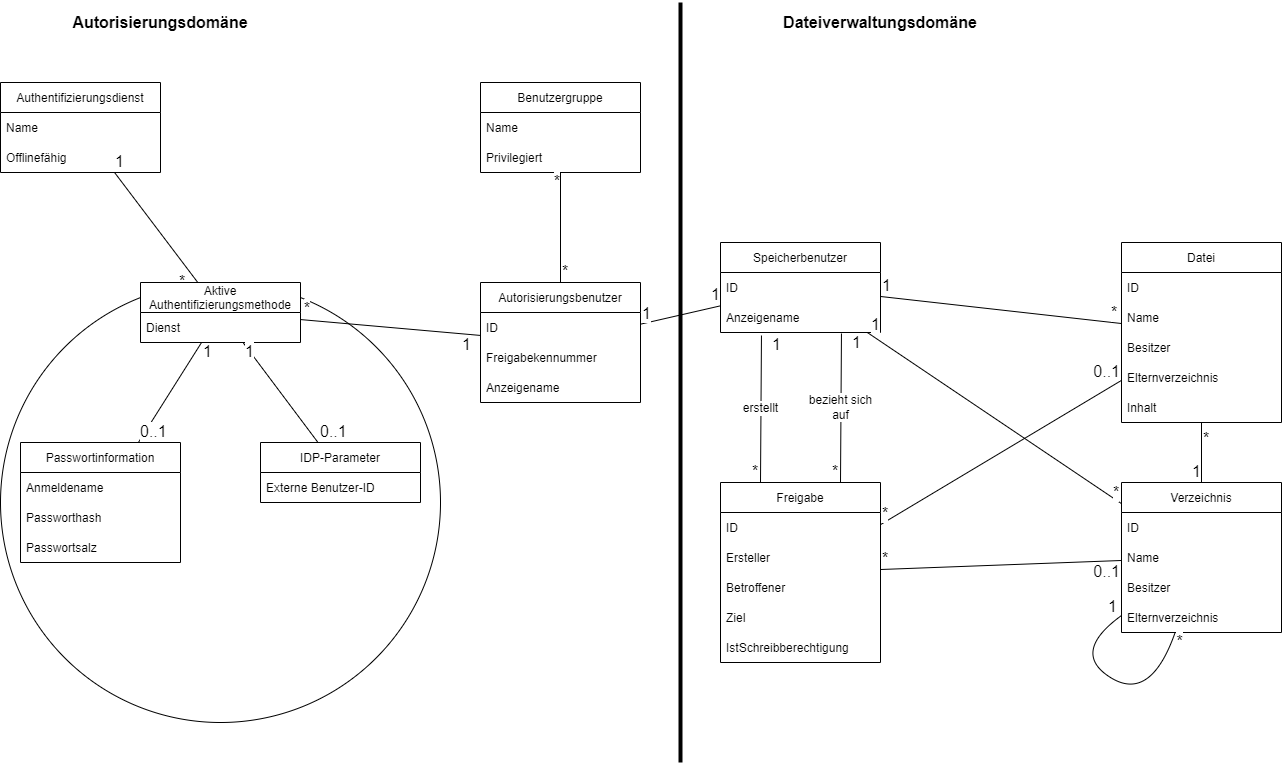
This is Dokumente/Domänenübersicht/Domänenübersichtsdiagramm.png from DavidFambach/Abgabe-ASE-Patientenakte, a draw.io export, as it was before one commit. Source tidied: cells renumbered, new cells last; positions are measured from the earlier drawing's top-left corner, leaving out a move shared by most shapes.
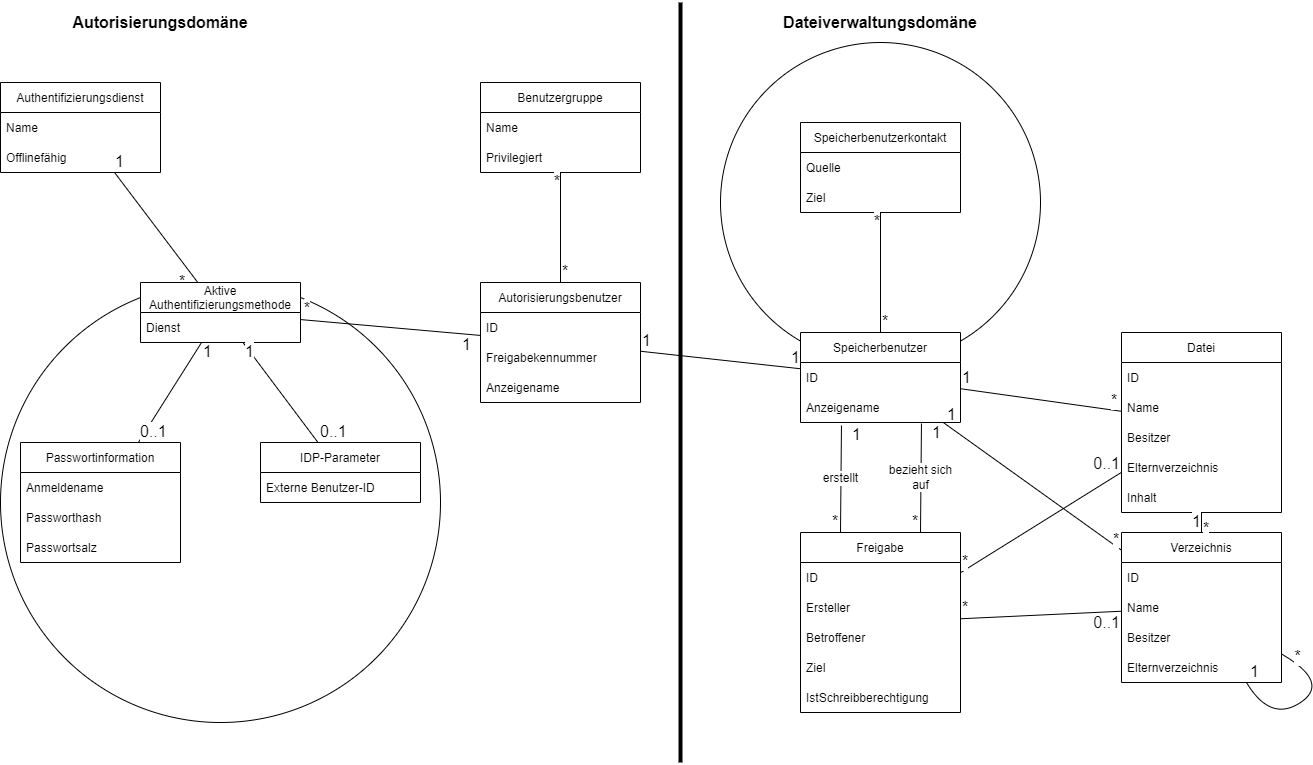
After the commit.

The edit, as a diff of the source:
```diff
@@ -14,15 +14,6 @@
     <mxCell id="5" value="Anzeigename" style="text;strokeColor=none;fillColor=none;align=left;verticalAlign=middle;spacingLeft=4;spacingRight=4;overflow=hidden;" parent="2" vertex="1">
       <mxGeometry y="90" width="160" height="30" as="geometry" />
     </mxCell>
-    <mxCell id="6" value="Speicherbenutzer" style="swimlane;fontStyle=0;horizontal=1;startSize=30;" parent="1" vertex="1">
-      <mxGeometry x="720" y="240" width="160" height="90" as="geometry" />
-    </mxCell>
-    <mxCell id="7" value="ID" style="text;strokeColor=none;fillColor=none;align=left;verticalAlign=middle;spacingLeft=4;spacingRight=4;overflow=hidden;" parent="6" vertex="1">
-      <mxGeometry y="30" width="160" height="30" as="geometry" />
-    </mxCell>
-    <mxCell id="8" value="Anzeigename" style="text;strokeColor=none;fillColor=none;align=left;verticalAlign=middle;spacingLeft=4;spacingRight=4;overflow=hidden;points=[[0,0.5],[1,0.5]];portConstraint=eastwest;" parent="6" vertex="1">
-      <mxGeometry y="60" width="160" height="30" as="geometry" />
-    </mxCell>
     <mxCell id="9" style="endArrow=none;html=1;rounded=0;strokeWidth=4;" parent="1" edge="1">
       <mxGeometry relative="1" as="geometry">
         <mxPoint x="680" y="760" as="sourcePoint" />
@@ -152,7 +143,7 @@
       </mxGeometry>
     </mxCell>
     <mxCell id="46" value="Datei" style="swimlane;fontStyle=0;horizontal=1;startSize=30;" parent="1" vertex="1">
-      <mxGeometry x="1121" y="240" width="160" height="180" as="geometry" />
+      <mxGeometry x="1121" y="330" width="160" height="180" as="geometry" />
     </mxCell>
     <mxCell id="47" value="ID" style="text;strokeColor=none;fillColor=none;align=left;verticalAlign=middle;spacingLeft=4;spacingRight=4;overflow=hidden;" parent="46" vertex="1">
       <mxGeometry y="30" width="160" height="30" as="geometry" />
@@ -194,7 +185,7 @@
       <mxGeometry x="1" relative="1" as="geometry" />
     </mxCell>
     <mxCell id="58" value="Freigabe" style="swimlane;fontStyle=0;horizontal=1;startSize=30;" parent="1" vertex="1">
-      <mxGeometry x="720" y="480" width="160" height="180" as="geometry" />
+      <mxGeometry x="800" y="530" width="160" height="180" as="geometry" />
     </mxCell>
     <mxCell id="59" value="ID" style="text;strokeColor=none;fillColor=none;align=left;verticalAlign=middle;spacingLeft=4;spacingRight=4;overflow=hidden;" parent="58" vertex="1">
       <mxGeometry y="30" width="160" height="30" as="geometry" />
@@ -260,7 +251,7 @@
       </mxGeometry>
     </mxCell>
     <mxCell id="76" value="Verzeichnis" style="swimlane;fontStyle=0;horizontal=1;startSize=30;" parent="1" vertex="1">
-      <mxGeometry x="1121" y="480" width="160" height="150" as="geometry" />
+      <mxGeometry x="1121" y="530" width="160" height="150" as="geometry" />
     </mxCell>
     <mxCell id="77" value="ID" style="text;strokeColor=none;fillColor=none;align=left;verticalAlign=middle;spacingLeft=4;spacingRight=4;overflow=hidden;" parent="76" vertex="1">
       <mxGeometry y="30" width="160" height="30" as="geometry" />
@@ -286,8 +277,8 @@
     <mxCell id="84" style="curved=1;endArrow=none;html=1;rounded=0;endFill=0;" parent="1" edge="1" source="76" target="76">
       <mxGeometry relative="1" as="geometry">
         <Array as="points">
-          <mxPoint x="1150" y="700" />
-          <mxPoint x="1070" y="650" />
+          <mxPoint x="1330" y="680" />
+          <mxPoint x="1270" y="720" />
         </Array>
       </mxGeometry>
     </mxCell>
@@ -301,5 +292,40 @@
         <mxPoint y="-19" as="offset" />
       </mxGeometry>
     </mxCell>
+    <mxCell id="87" style="group;" parent="1" vertex="1">
+      <mxGeometry x="720" y="40" width="320" height="380" as="geometry" />
+    </mxCell>
+    <mxCell id="88" style="ellipse;whiteSpace=wrap;html=1;fontSize=16;" parent="87" vertex="1">
+      <mxGeometry width="320" height="320" as="geometry" />
+    </mxCell>
+    <mxCell id="6" value="Speicherbenutzer" style="swimlane;fontStyle=0;horizontal=1;startSize=30;" parent="87" vertex="1">
+      <mxGeometry x="80" y="290" width="160" height="90" as="geometry" />
+    </mxCell>
+    <mxCell id="7" value="ID" style="text;strokeColor=none;fillColor=none;align=left;verticalAlign=middle;spacingLeft=4;spacingRight=4;overflow=hidden;" parent="6" vertex="1">
+      <mxGeometry y="30" width="160" height="30" as="geometry" />
+    </mxCell>
+    <mxCell id="8" value="Anzeigename" style="text;strokeColor=none;fillColor=none;align=left;verticalAlign=middle;spacingLeft=4;spacingRight=4;overflow=hidden;points=[[0,0.5],[1,0.5]];portConstraint=eastwest;" parent="6" vertex="1">
+      <mxGeometry y="60" width="160" height="30" as="geometry" />
+    </mxCell>
+    <mxCell id="89" value="Speicherbenutzerkontakt" style="swimlane;fontStyle=0;horizontal=1;startSize=30;" parent="87" vertex="1">
+      <mxGeometry x="80" y="80" width="160" height="90" as="geometry" />
+    </mxCell>
+    <mxCell id="90" value="Quelle" style="text;strokeColor=none;fillColor=none;align=left;verticalAlign=middle;spacingLeft=4;spacingRight=4;overflow=hidden;" parent="89" vertex="1">
+      <mxGeometry y="30" width="160" height="30" as="geometry" />
+    </mxCell>
+    <mxCell id="91" value="Ziel" style="text;strokeColor=none;fillColor=none;align=left;verticalAlign=middle;spacingLeft=4;spacingRight=4;overflow=hidden;" parent="89" vertex="1">
+      <mxGeometry y="60" width="160" height="30" as="geometry" />
+    </mxCell>
+    <mxCell id="92" style="endArrow=none;html=1;rounded=0;strokeWidth=1;fontSize=16;endFill=0;" parent="87" edge="1" source="6" target="89">
+      <mxGeometry relative="1" as="geometry" />
+    </mxCell>
+    <mxCell id="93" value="*" style="edgeLabel;html=1;align=left;verticalAlign=bottom;fontSize=16;" parent="92" vertex="1">
+      <mxGeometry x="-1" relative="1" as="geometry" />
+    </mxCell>
+    <mxCell id="94" value="*" style="edgeLabel;html=1;align=right;verticalAlign=bottom;fontSize=16;" parent="92" vertex="1">
+      <mxGeometry x="1" relative="1" as="geometry">
+        <mxPoint y="20" as="offset" />
+      </mxGeometry>
+    </mxCell>
   </root>
 </mxGraphModel>
```
